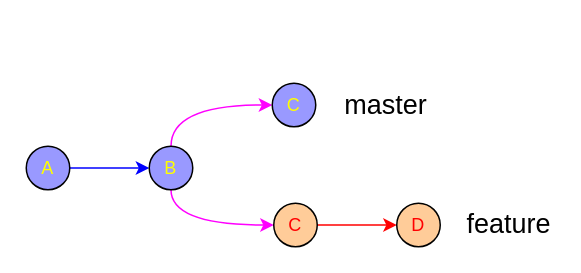
karlschmitt/Zettelkasten keeps this draw.io diagram as Programming/Linux/Git/Images/Imagine_after_git_merge_main_003.drawio. Above is the earlier version. Source tidied: cells renumbered, new cells numbered last; positions are measured from the earlier drawing's top-left corner, leaving out a move shared by most shapes. Both pictures are drawn from the tidied source at 150%, with x=0, y=0 at pixel (26, 82).
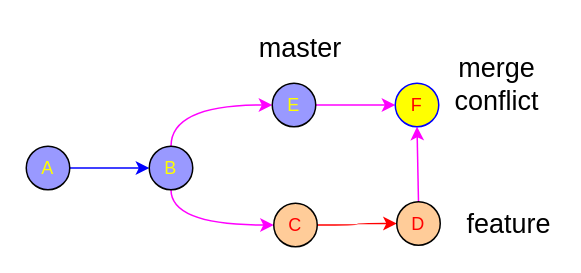
The same diagram, later.

The edit, as a diff of the source:
```diff
@@
 <mxGraphModel>
   <root>
     <mxCell id="0" />
     <mxCell id="1" parent="0" />
     <mxCell id="2" style="edgeStyle=orthogonalEdgeStyle;rounded=0;jettySize=auto;html=1;exitX=1;exitY=0.5;exitDx=0;exitDy=0;entryX=0;entryY=0.5;entryDx=0;entryDy=0;strokeColor=#0000FF;" parent="1" edge="1" source="3" target="6">
       <mxGeometry relative="1" as="geometry" />
     </mxCell>
     <mxCell id="3" value="&lt;font style=&quot;color: rgb(255, 255, 0);&quot;&gt;A&lt;/font&gt;" style="ellipse;whiteSpace=wrap;html=1;fillColor=#9999FF;" parent="1" vertex="1">
       <mxGeometry y="42" width="29" height="29" as="geometry" />
     </mxCell>
     <mxCell id="4" style="edgeStyle=orthogonalEdgeStyle;curved=1;rounded=0;jettySize=auto;html=1;entryX=0;entryY=0.5;entryDx=0;entryDy=0;exitX=0.5;exitY=0;exitDx=0;exitDy=0;strokeColor=#FF00FF;" parent="1" edge="1" source="6" target="7">
       <mxGeometry relative="1" as="geometry" />
     </mxCell>
     <mxCell id="5" style="edgeStyle=orthogonalEdgeStyle;curved=1;rounded=0;jettySize=auto;html=1;entryX=0;entryY=0.5;entryDx=0;entryDy=0;exitX=0.5;exitY=1;exitDx=0;exitDy=0;strokeColor=#FF00FF;" parent="1" edge="1" source="6" target="9">
       <mxGeometry relative="1" as="geometry" />
     </mxCell>
     <mxCell id="6" value="&lt;font style=&quot;color: rgb(255, 255, 0);&quot;&gt;B&lt;/font&gt;" style="ellipse;whiteSpace=wrap;html=1;fillColor=#9999FF;" parent="1" vertex="1">
       <mxGeometry x="82" y="42" width="29" height="29" as="geometry" />
     </mxCell>
+    <mxCell id="13" style="edgeStyle=none;rounded=0;jettySize=auto;html=1;exitX=1;exitY=0.5;exitDx=0;exitDy=0;entryX=0;entryY=0.5;entryDx=0;entryDy=0;fillColor=#FF0000;strokeColor=#FF00FF;" parent="1" edge="1" source="7" target="15">
+      <mxGeometry relative="1" as="geometry" />
+    </mxCell>
-    <mxCell id="7" value="&lt;font style=&quot;color: rgb(255, 255, 0);&quot;&gt;C&lt;/font&gt;" style="ellipse;whiteSpace=wrap;html=1;fillColor=#9999FF;" parent="1" vertex="1">
+    <mxCell id="7" value="&lt;font style=&quot;color: rgb(255, 255, 0);&quot;&gt;E&lt;/font&gt;" style="ellipse;whiteSpace=wrap;html=1;fillColor=#9999FF;" parent="1" vertex="1">
       <mxGeometry x="164" width="29" height="29" as="geometry" />
     </mxCell>
     <mxCell id="8" style="edgeStyle=orthogonalEdgeStyle;curved=1;rounded=0;jettySize=auto;html=1;exitX=1;exitY=0.5;exitDx=0;exitDy=0;entryX=0;entryY=0.5;entryDx=0;entryDy=0;strokeColor=#FF0000;" parent="1" edge="1" source="9" target="10">
       <mxGeometry relative="1" as="geometry" />
     </mxCell>
     <mxCell id="9" value="&lt;font style=&quot;color: rgb(255, 0, 0);&quot;&gt;C&lt;/font&gt;" style="ellipse;whiteSpace=wrap;html=1;fillColor=#FFCC99;" parent="1" vertex="1">
       <mxGeometry x="165" y="80" width="29" height="29" as="geometry" />
     </mxCell>
+    <mxCell id="14" style="edgeStyle=none;rounded=0;jettySize=auto;html=1;exitX=0.5;exitY=0;exitDx=0;exitDy=0;entryX=0.5;entryY=1;entryDx=0;entryDy=0;strokeColor=#FF00FF;" parent="1" edge="1" source="10" target="15">
+      <mxGeometry relative="1" as="geometry" />
+    </mxCell>
     <mxCell id="10" value="&lt;font style=&quot;color: rgb(255, 0, 0);&quot;&gt;D&lt;/font&gt;" style="ellipse;whiteSpace=wrap;html=1;fillColor=#FFCC99;" parent="1" vertex="1">
-      <mxGeometry x="247" y="80" width="29" height="29" as="geometry" />
+      <mxGeometry x="247" y="79" width="29" height="29" as="geometry" />
     </mxCell>
     <mxCell id="11" value="&lt;font style=&quot;font-size: 18px;&quot;&gt;feature&lt;/font&gt;" style="text;html=1;whiteSpace=wrap;strokeColor=none;fillColor=none;align=center;verticalAlign=middle;rounded=0;" parent="1" vertex="1">
       <mxGeometry x="292" y="79" width="60" height="30" as="geometry" />
     </mxCell>
     <mxCell id="12" value="&lt;font style=&quot;font-size: 18px;&quot;&gt;master&lt;/font&gt;" style="text;html=1;whiteSpace=wrap;strokeColor=none;fillColor=none;align=center;verticalAlign=middle;rounded=0;" parent="1" vertex="1">
-      <mxGeometry x="210" width="60" height="30" as="geometry" />
+      <mxGeometry x="153" y="-38" width="60" height="30" as="geometry" />
     </mxCell>
+    <mxCell id="15" value="&lt;font style=&quot;color: rgb(255, 0, 0);&quot;&gt;F&lt;/font&gt;" style="ellipse;whiteSpace=wrap;html=1;fillColor=#FFFF00;strokeColor=#0000FF;" parent="1" vertex="1">
+      <mxGeometry x="246" width="29" height="29" as="geometry" />
+    </mxCell>
+    <mxCell id="16" value="&lt;font style=&quot;font-size: 18px;&quot;&gt;merge&lt;/font&gt;&lt;div&gt;&lt;font style=&quot;font-size: 18px;&quot;&gt;conflict&lt;/font&gt;&lt;/div&gt;" style="text;html=1;whiteSpace=wrap;strokeColor=none;fillColor=none;align=center;verticalAlign=middle;rounded=0;" parent="1" vertex="1">
+      <mxGeometry x="284" y="-14" width="60" height="30" as="geometry" />
+    </mxCell>
   </root>
 </mxGraphModel>
```
